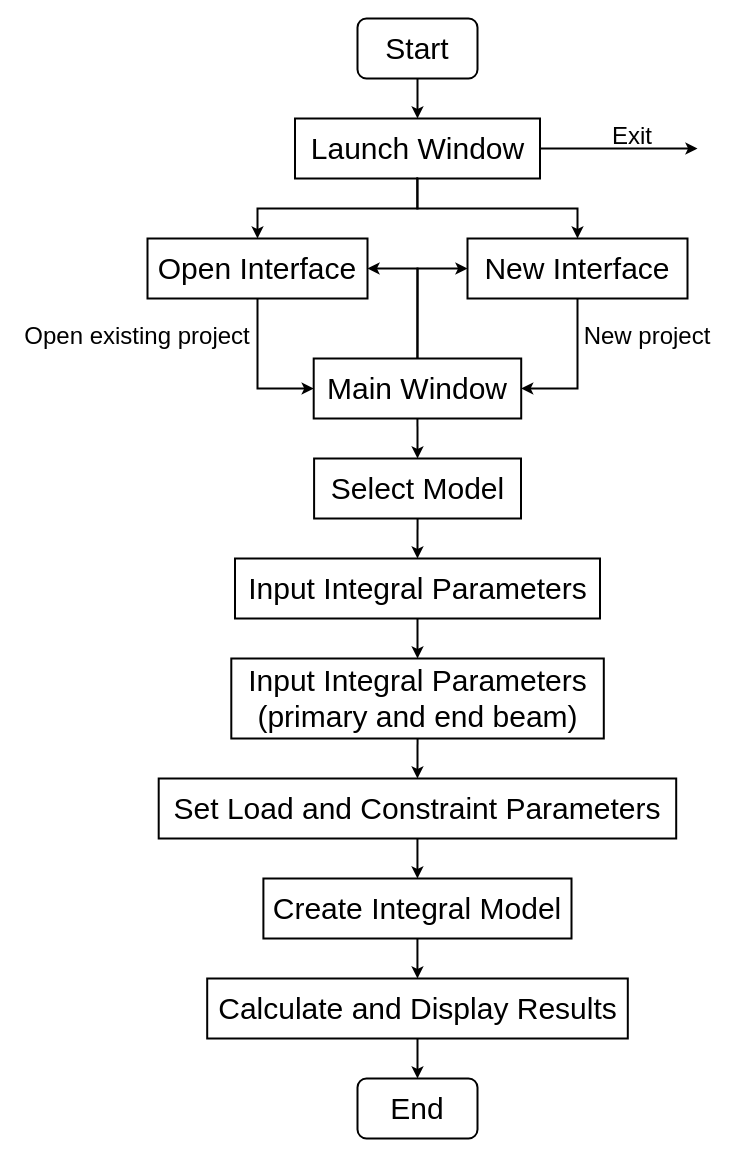
Above: page "第 5 页" (5 of 5) of Graduation Design.drawio in Destiny-LB/draw.io (draw.io), before the change. Source tidied: cells renumbered, new cells numbered last; positions are measured from the earlier drawing's top-left corner, leaving out a move shared by most shapes. Both pictures are drawn from the tidied source at 100%, with x=0, y=0 at pixel (17, 18).
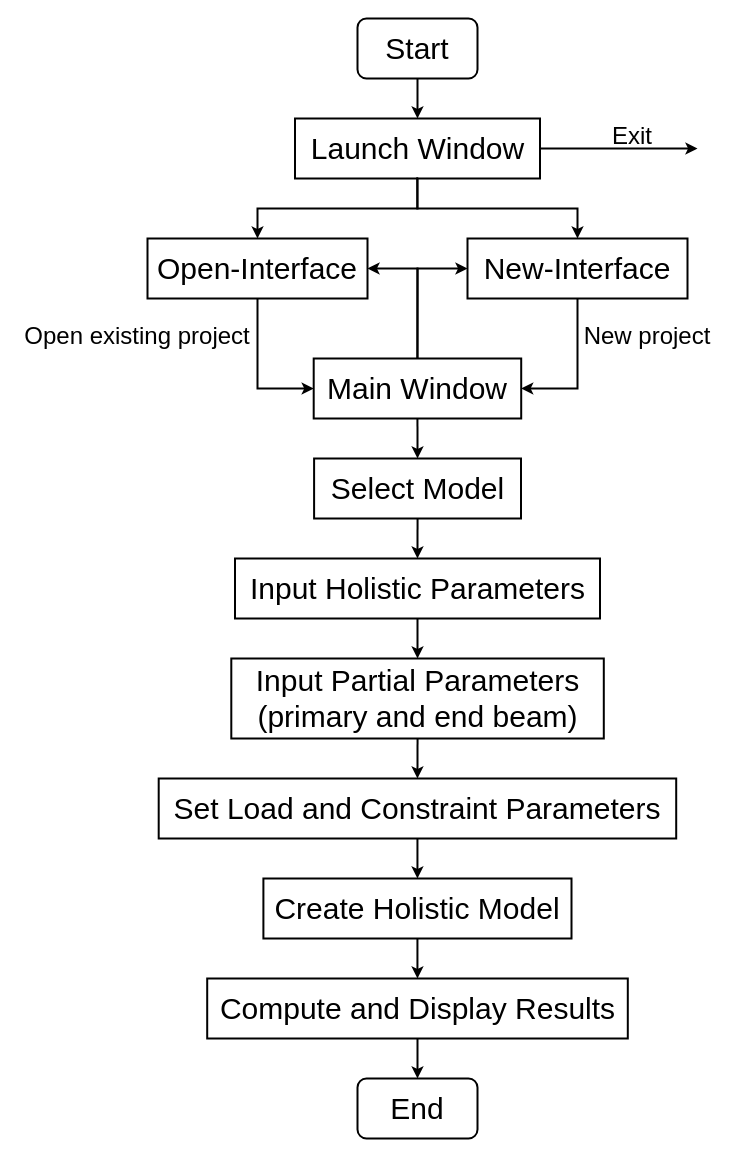
The same diagram, later.

Diff of the diagram source:
```diff
@@
-    <mxCell id="8" value="&lt;span class=&quot;content-right_8Zs40&quot;&gt;Open&amp;nbsp;Interface&lt;/span&gt;" style="rounded=0;whiteSpace=wrap;html=1;strokeWidth=2;fontSize=30;labelBackgroundColor=none;" parent="1" vertex="1">
+    <mxCell id="8" value="&lt;span class=&quot;content-right_8Zs40&quot;&gt;Open-Interface&lt;/span&gt;" style="rounded=0;whiteSpace=wrap;html=1;strokeWidth=2;fontSize=30;labelBackgroundColor=none;" parent="1" vertex="1">
       <mxGeometry x="130" y="220" width="220" height="60" as="geometry" />
     </mxCell>
@@
-    <mxCell id="16" value="Input&amp;nbsp;Integral Parameters" style="rounded=0;whiteSpace=wrap;html=1;strokeWidth=2;fontSize=30;labelBackgroundColor=none;" parent="1" vertex="1">
+    <mxCell id="16" value="Input&amp;nbsp;Holistic Parameters" style="rounded=0;whiteSpace=wrap;html=1;strokeWidth=2;fontSize=30;labelBackgroundColor=none;" parent="1" vertex="1">
       <mxGeometry x="217.5" y="540" width="365" height="60" as="geometry" />
     </mxCell>
-    <mxCell id="17" value="Input&amp;nbsp;Integral Parameters (primary and end beam)" style="rounded=0;whiteSpace=wrap;html=1;strokeWidth=2;fontSize=30;labelBackgroundColor=none;" parent="1" vertex="1">
+    <mxCell id="17" value="Input&amp;nbsp;Partial Parameters (primary and end beam)" style="rounded=0;whiteSpace=wrap;html=1;strokeWidth=2;fontSize=30;labelBackgroundColor=none;" parent="1" vertex="1">
       <mxGeometry x="213.8" y="640" width="372.5" height="80" as="geometry" />
     </mxCell>
@@
-    <mxCell id="19" value="Create Integral&amp;nbsp;Model" style="rounded=0;whiteSpace=wrap;html=1;strokeWidth=2;fontSize=30;labelBackgroundColor=none;" parent="1" vertex="1">
+    <mxCell id="19" value="Create Holistic Model" style="rounded=0;whiteSpace=wrap;html=1;strokeWidth=2;fontSize=30;labelBackgroundColor=none;" parent="1" vertex="1">
       <mxGeometry x="245.9" y="860" width="308.1" height="60" as="geometry" />
     </mxCell>
-    <mxCell id="20" value="Calculate and Display Results" style="rounded=0;whiteSpace=wrap;html=1;strokeWidth=2;fontSize=30;labelBackgroundColor=none;" parent="1" vertex="1">
+    <mxCell id="20" value="Compute and Display Results" style="rounded=0;whiteSpace=wrap;html=1;strokeWidth=2;fontSize=30;labelBackgroundColor=none;" parent="1" vertex="1">
       <mxGeometry x="189.7" y="960" width="420.6" height="60" as="geometry" />
     </mxCell>
-    <mxCell id="21" value="&lt;span class=&quot;content-right_8Zs40&quot;&gt;New Interface&lt;/span&gt;" style="rounded=0;whiteSpace=wrap;html=1;strokeWidth=2;fontSize=30;labelBackgroundColor=none;" parent="1" vertex="1">
+    <mxCell id="21" value="&lt;span class=&quot;content-right_8Zs40&quot;&gt;New-Interface&lt;/span&gt;" style="rounded=0;whiteSpace=wrap;html=1;strokeWidth=2;fontSize=30;labelBackgroundColor=none;" parent="1" vertex="1">
       <mxGeometry x="450" y="220" width="220" height="60" as="geometry" />
     </mxCell>
```
